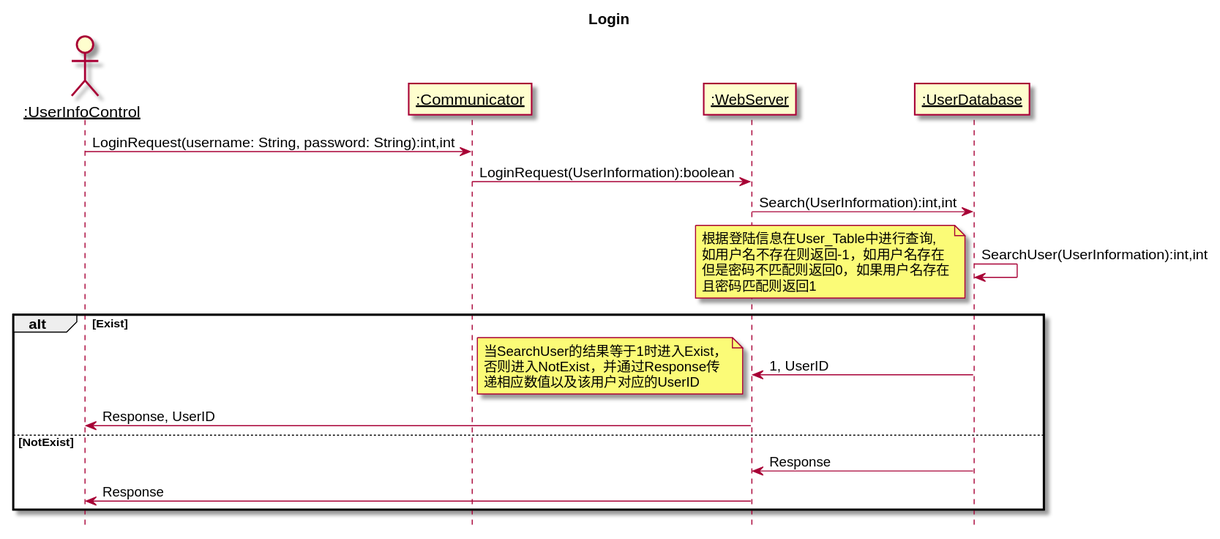
Before: 设计/Diagrams/LoginServerSequenceDiagram.svg, a diagram exported from PlantUML (kpp19920121/doc). Source of this version:
```plantuml
@startuml Diagrams/LoginServerSequenceDiagram.svg
hide footbox
title Login
skinparam sequenceParticipant underline
actor ":UserInfoControl" as Client
participant ":Communicator" as Communicator
participant ":WebServer" as WebServer
participant ":UserDatabase" as UserDatabase
Client->Communicator:LoginRequest(username: String, password: String):int,int
Communicator->WebServer:LoginRequest(UserInformation):boolean
WebServer->UserDatabase:Search(UserInformation):int,int
UserDatabase->UserDatabase:SearchUser(UserInformation):int,int
note left:根据登陆信息在User_Table中进行查询,\n如用户名不存在则返回-1，如用户名存在\n但是密码不匹配则返回0，如果用户名存在\n且密码匹配则返回1
alt Exist
  UserDatabase->WebServer:1, UserID
  note left: 当SearchUser的结果等于1时进入Exist，\n否则进入NotExist，并通过Response传\n递相应数值以及该用户对应的UserID
  WebServer->Client:Response, UserID
else NotExist
  UserDatabase->WebServer:Response
  WebServer->Client:Response
end
@enduml
```
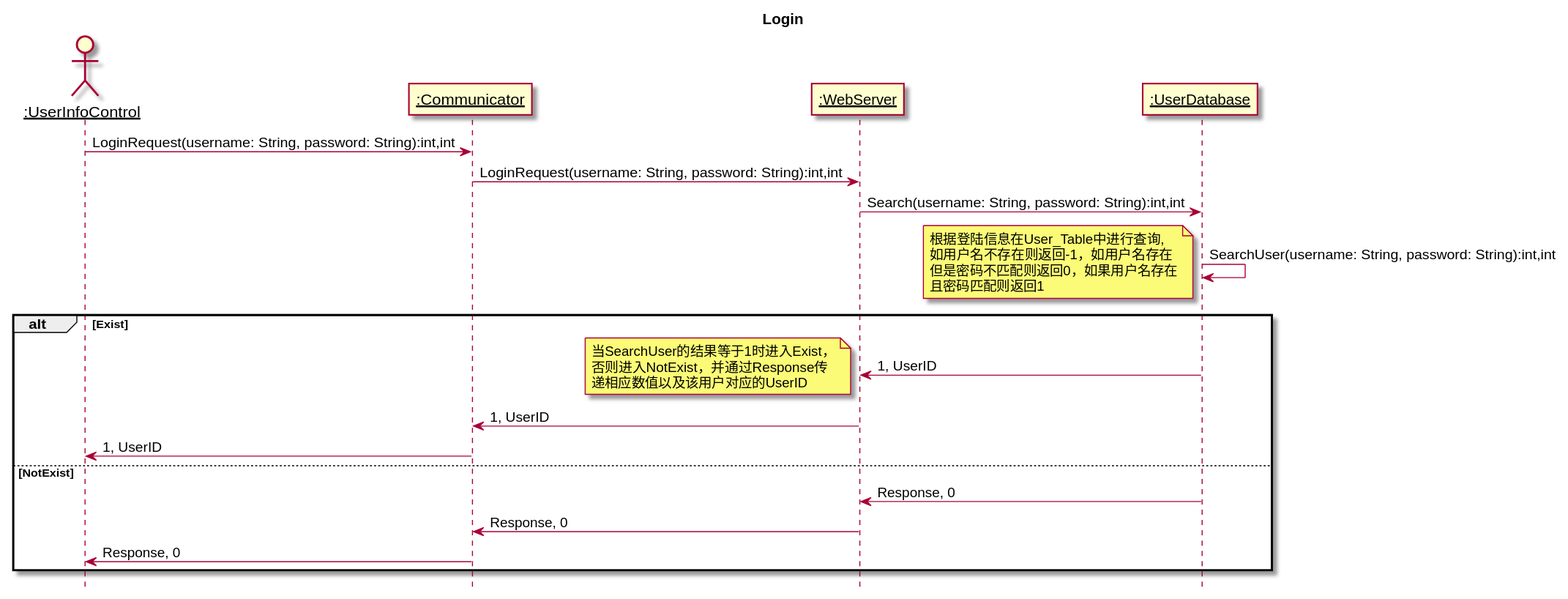
The same file after the commit.

The edit, as a diff of the source:
```diff
@@ -7,16 +7,18 @@
 participant ":WebServer" as WebServer
 participant ":UserDatabase" as UserDatabase
 Client->Communicator:LoginRequest(username: String, password: String):int,int
-Communicator->WebServer:LoginRequest(UserInformation):boolean
-WebServer->UserDatabase:Search(UserInformation):int,int
-UserDatabase->UserDatabase:SearchUser(UserInformation):int,int
+Communicator->WebServer:LoginRequest(username: String, password: String):int,int
+WebServer->UserDatabase:Search(username: String, password: String):int,int
+UserDatabase->UserDatabase:SearchUser(username: String, password: String):int,int
 note left:根据登陆信息在User_Table中进行查询,\n如用户名不存在则返回-1，如用户名存在\n但是密码不匹配则返回0，如果用户名存在\n且密码匹配则返回1
 alt Exist
   UserDatabase->WebServer:1, UserID
   note left: 当SearchUser的结果等于1时进入Exist，\n否则进入NotExist，并通过Response传\n递相应数值以及该用户对应的UserID
-  WebServer->Client:Response, UserID
+  WebServer->Communicator:1, UserID
+  Communicator->Client:1, UserID
 else NotExist
-  UserDatabase->WebServer:Response
-  WebServer->Client:Response
+  UserDatabase->WebServer:Response, 0
+  WebServer->Communicator:Response, 0
+  Communicator->Client:Response, 0
 end
 @enduml
```
